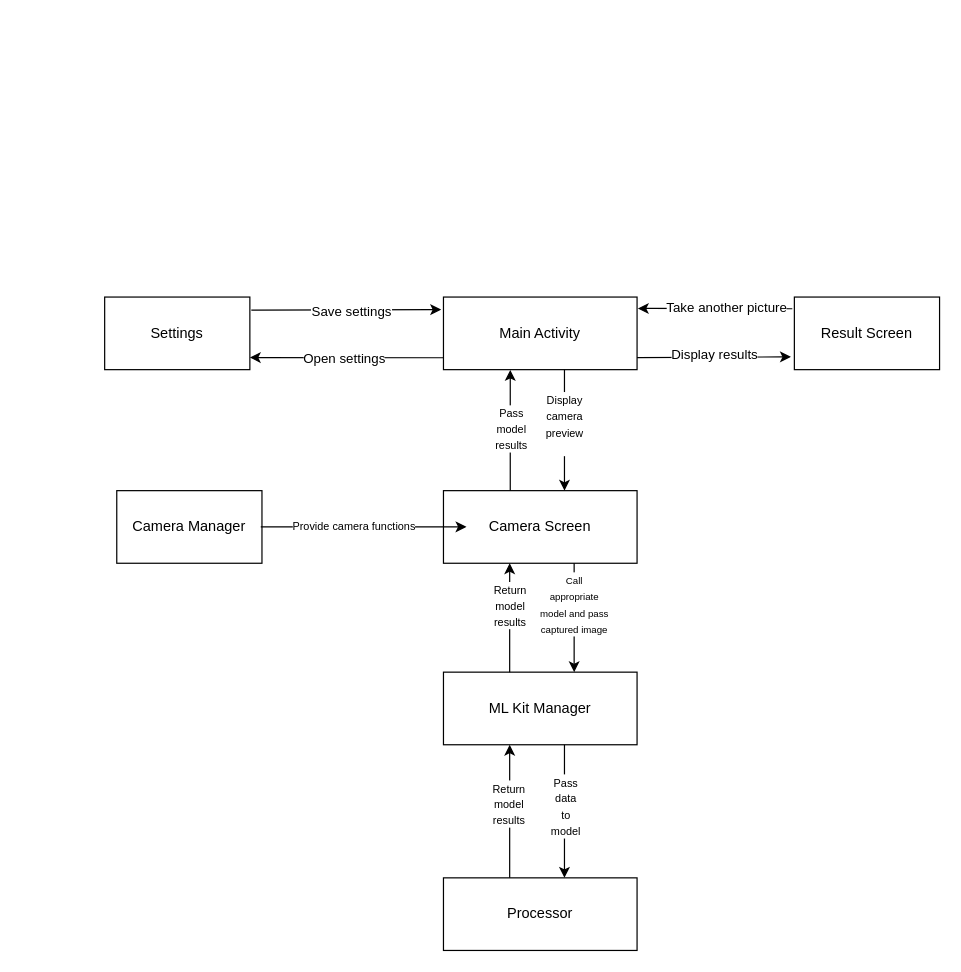
Before: application-draft.drawio in trongquochuydinh/Bakalarka, a draw.io diagram. Source tidied: cells renumbered, new cells numbered last; positions are measured from the earlier drawing's top-left corner, leaving out a move shared by most shapes. Both pictures are drawn from the tidied source at 121%, with x=0, y=0 at pixel (104, 296).
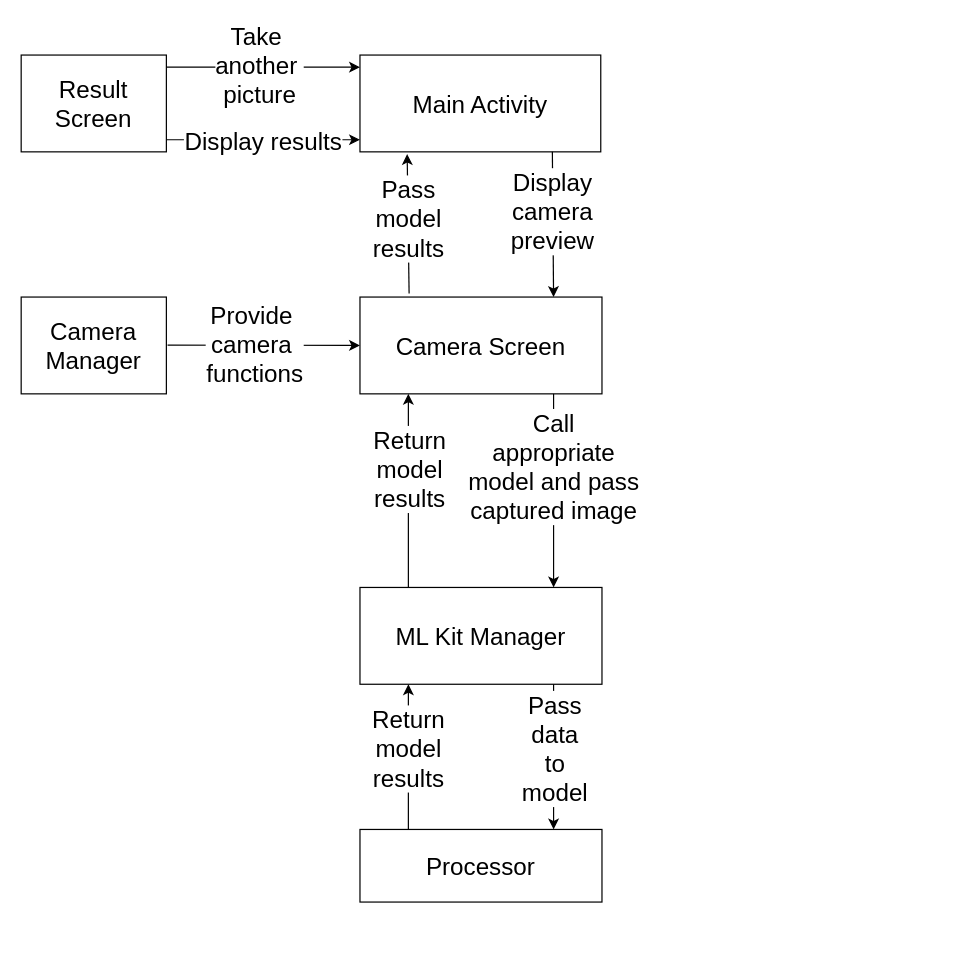
The same diagram, later.

Change to the diagram source:
```diff
@@
-    <mxCell id="2" value="Main Activity" style="rounded=0;whiteSpace=wrap;html=1;" parent="1" vertex="1">
-      <mxGeometry x="280" width="160" height="60" as="geometry" />
+    <mxCell id="2" value="&lt;font style=&quot;font-size: 20px;&quot;&gt;Main Activity&lt;/font&gt;" style="rounded=0;whiteSpace=wrap;html=1;" parent="1" vertex="1">
+      <mxGeometry x="211" y="-200" width="199" height="80" as="geometry" />
     </mxCell>
-    <mxCell id="3" value="Camera Screen" style="rounded=0;whiteSpace=wrap;html=1;" parent="1" vertex="1">
-      <mxGeometry x="280" y="160" width="160" height="60" as="geometry" />
+    <mxCell id="3" value="&lt;font style=&quot;font-size: 20px;&quot;&gt;Camera Screen&lt;/font&gt;" style="rounded=0;whiteSpace=wrap;html=1;" parent="1" vertex="1">
+      <mxGeometry x="211" width="200" height="80" as="geometry" />
     </mxCell>
-    <mxCell id="4" value="Camera Manager" style="rounded=0;whiteSpace=wrap;html=1;" parent="1" vertex="1">
-      <mxGeometry x="10" y="160" width="120" height="60" as="geometry" />
+    <mxCell id="4" value="&lt;font style=&quot;font-size: 20px;&quot;&gt;Camera Manager&lt;/font&gt;" style="rounded=0;whiteSpace=wrap;html=1;" parent="1" vertex="1">
+      <mxGeometry x="-69" width="120" height="80" as="geometry" />
     </mxCell>
-    <mxCell id="5" value="Result Screen" style="rounded=0;whiteSpace=wrap;html=1;" parent="1" vertex="1">
-      <mxGeometry x="570" width="120" height="60" as="geometry" />
+    <mxCell id="5" value="&lt;font style=&quot;font-size: 20px;&quot;&gt;Result Screen&lt;/font&gt;" style="rounded=0;whiteSpace=wrap;html=1;" parent="1" vertex="1">
+      <mxGeometry x="-69" y="-200" width="120" height="80" as="geometry" />
     </mxCell>
-    <mxCell id="6" value="ML Kit Manager" style="rounded=0;whiteSpace=wrap;html=1;" parent="1" vertex="1">
-      <mxGeometry x="280" y="310" width="160" height="60" as="geometry" />
+    <mxCell id="6" value="&lt;font style=&quot;font-size: 20px;&quot;&gt;ML Kit Manager&lt;/font&gt;" style="rounded=0;whiteSpace=wrap;html=1;" parent="1" vertex="1">
+      <mxGeometry x="211" y="240" width="200" height="80" as="geometry" />
     </mxCell>
-    <mxCell id="7" value="Processor" style="rounded=0;whiteSpace=wrap;html=1;" parent="1" vertex="1">
-      <mxGeometry x="280" y="480" width="160" height="60" as="geometry" />
+    <mxCell id="7" value="&lt;font style=&quot;font-size: 20px;&quot;&gt;Processor&lt;/font&gt;" style="rounded=0;whiteSpace=wrap;html=1;" parent="1" vertex="1">
+      <mxGeometry x="211" y="440" width="200" height="60" as="geometry" />
     </mxCell>
-    <mxCell id="8" value="Settings" style="rounded=0;whiteSpace=wrap;html=1;" parent="1" vertex="1">
-      <mxGeometry width="120" height="60" as="geometry" />
-    </mxCell>
-    <mxCell id="9" style="endArrow=classic;html=1;rounded=0;entryX=-0.024;entryY=0.824;entryDx=0;entryDy=0;entryPerimeter=0;" parent="1" edge="1" target="5">
-      <mxGeometry relative="1" as="geometry">
-        <mxPoint x="440" y="50" as="sourcePoint" />
-      </mxGeometry>
+    <mxCell id="9" style="endArrow=classic;html=1;rounded=0;exitX=1;exitY=0.875;exitDx=0;exitDy=0;exitPerimeter=0;entryX=0;entryY=0.875;entryDx=0;entryDy=0;entryPerimeter=0;" parent="1" edge="1" source="5" target="2">
+      <mxGeometry relative="1" as="geometry" />
     </mxCell>
-    <mxCell id="10" value="Display results" style="edgeLabel;html=1;align=center;verticalAlign=middle;" parent="9" vertex="1">
-      <mxGeometry x="0.01" y="2" relative="1" as="geometry" />
+    <mxCell id="10" value="&lt;font style=&quot;font-size: 20px;&quot;&gt;Display results&lt;/font&gt;" style="edgeLabel;html=1;align=center;verticalAlign=middle;" parent="9" vertex="1">
+      <mxGeometry x="0.01" y="2" relative="1" as="geometry">
+        <mxPoint x="-2" y="2" as="offset" />
+      </mxGeometry>
     </mxCell>
-    <mxCell id="11" style="endArrow=classic;html=1;rounded=0;entryX=1.004;entryY=0.157;entryDx=0;entryDy=0;entryPerimeter=0;exitX=-0.014;exitY=0.161;exitDx=0;exitDy=0;exitPerimeter=0;" parent="1" edge="1" source="5" target="2">
+    <mxCell id="11" style="endArrow=classic;html=1;rounded=0;exitX=1;exitY=0.125;exitDx=0;exitDy=0;exitPerimeter=0;entryX=0;entryY=0.125;entryDx=0;entryDy=0;entryPerimeter=0;" parent="1" edge="1" source="5" target="2">
       <mxGeometry relative="1" as="geometry" />
     </mxCell>
-    <mxCell id="12" value="Take another picture" style="edgeLabel;html=1;align=center;verticalAlign=middle;" parent="11" vertex="1">
+    <mxCell id="12" value="&lt;font style=&quot;font-size: 20px;&quot;&gt;Take&amp;nbsp;&lt;/font&gt;&lt;div&gt;&lt;font style=&quot;font-size: 20px;&quot;&gt;another&amp;nbsp;&lt;/font&gt;&lt;/div&gt;&lt;div&gt;&lt;font style=&quot;font-size: 20px;&quot;&gt;picture&lt;/font&gt;&lt;/div&gt;" style="edgeLabel;html=1;align=center;verticalAlign=middle;" parent="11" vertex="1">
       <mxGeometry x="0.22" y="-1" relative="1" as="geometry">
-        <mxPoint x="23" as="offset" />
+        <mxPoint x="-22" y="-4" as="offset" />
       </mxGeometry>
     </mxCell>
-    <mxCell id="13" style="endArrow=classic;html=1;rounded=0;exitX=0.002;exitY=0.836;exitDx=0;exitDy=0;exitPerimeter=0;entryX=1;entryY=0.833;entryDx=0;entryDy=0;entryPerimeter=0;" parent="1" edge="1" source="2" target="8">
-      <mxGeometry relative="1" as="geometry" />
-    </mxCell>
-    <mxCell id="14" value="Open settings" style="edgeLabel;html=1;align=center;verticalAlign=middle;" parent="13" vertex="1">
-      <mxGeometry x="0.03" relative="1" as="geometry" />
-    </mxCell>
-    <mxCell id="15" style="endArrow=classic;html=1;rounded=0;exitX=1.01;exitY=0.18;exitDx=0;exitDy=0;exitPerimeter=0;entryX=-0.012;entryY=0.173;entryDx=0;entryDy=0;entryPerimeter=0;" parent="1" edge="1" source="8" target="2">
-      <mxGeometry relative="1" as="geometry" />
-    </mxCell>
-    <mxCell id="16" value="Save settings" style="edgeLabel;html=1;align=center;verticalAlign=middle;" parent="15" vertex="1">
-      <mxGeometry x="0.05" y="-1" relative="1" as="geometry" />
-    </mxCell>
-    <mxCell id="17" style="endArrow=classic;html=1;rounded=0;" parent="1" edge="1">
-      <mxGeometry relative="1" as="geometry">
-        <mxPoint x="380" y="60" as="sourcePoint" />
-        <mxPoint x="380" y="160" as="targetPoint" />
-      </mxGeometry>
+    <mxCell id="17" style="endArrow=classic;html=1;rounded=0;exitX=0.799;exitY=1;exitDx=0;exitDy=0;exitPerimeter=0;entryX=0.8;entryY=0;entryDx=0;entryDy=0;entryPerimeter=0;" parent="1" edge="1" source="2" target="3">
+      <mxGeometry relative="1" as="geometry" />
     </mxCell>
-    <mxCell id="18" value="&lt;font style=&quot;font-size: 9px;&quot;&gt;Display &lt;br&gt;camera&lt;br&gt;preview&lt;/font&gt;&lt;div&gt;&lt;br&gt;&lt;/div&gt;" style="edgeLabel;html=1;align=center;verticalAlign=middle;" parent="17" vertex="1">
+    <mxCell id="18" value="&lt;font style=&quot;font-size: 20px;&quot;&gt;Display &lt;br&gt;camera&lt;br&gt;preview&lt;/font&gt;" style="edgeLabel;html=1;align=center;verticalAlign=middle;" parent="17" vertex="1">
       <mxGeometry x="-0.53" y="-1" relative="1" as="geometry">
         <mxPoint y="20" as="offset" />
       </mxGeometry>
     </mxCell>
-    <mxCell id="19" style="endArrow=classic;html=1;rounded=0;exitX=0.345;exitY=0;exitDx=0;exitDy=0;exitPerimeter=0;entryX=0.345;entryY=1;entryDx=0;entryDy=0;entryPerimeter=0;" parent="1" edge="1" source="3">
-      <mxGeometry relative="1" as="geometry">
-        <mxPoint x="335.2" y="60.2" as="targetPoint" />
-      </mxGeometry>
+    <mxCell id="19" style="endArrow=classic;html=1;rounded=0;exitX=0.203;exitY=-0.037;exitDx=0;exitDy=0;exitPerimeter=0;entryX=0.196;entryY=1.023;entryDx=0;entryDy=0;entryPerimeter=0;" parent="1" edge="1" source="3" target="2">
+      <mxGeometry relative="1" as="geometry" />
     </mxCell>
-    <mxCell id="20" value="&lt;font style=&quot;font-size: 9px;&quot;&gt;Pass&lt;br&gt;model &lt;br&gt;results&lt;/font&gt;" style="edgeLabel;html=1;align=center;verticalAlign=middle;" parent="19" vertex="1">
+    <mxCell id="20" value="&lt;font style=&quot;font-size: 20px;&quot;&gt;Pass&lt;br&gt;model &lt;br&gt;results&lt;/font&gt;" style="edgeLabel;html=1;align=center;verticalAlign=middle;" parent="19" vertex="1">
       <mxGeometry x="0.44" relative="1" as="geometry">
         <mxPoint y="20" as="offset" />
       </mxGeometry>
     </mxCell>
-    <mxCell id="21" style="endArrow=classic;html=1;rounded=0;entryX=0.008;entryY=0.167;entryDx=0;entryDy=0;entryPerimeter=0;" parent="1" edge="1">
+    <mxCell id="21" style="endArrow=classic;html=1;rounded=0;exitX=1;exitY=0.125;exitDx=0;exitDy=0;exitPerimeter=0;entryX=0;entryY=0.5;entryDx=0;entryDy=0;" parent="1" edge="1" target="3">
       <mxGeometry relative="1" as="geometry">
-        <mxPoint x="129" y="189.9" as="sourcePoint" />
-        <mxPoint x="299" y="189.9" as="targetPoint" />
+        <mxPoint x="52" y="39.7" as="sourcePoint" />
       </mxGeometry>
     </mxCell>
-    <mxCell id="22" value="&lt;font style=&quot;font-size: 9px;&quot;&gt;Provide camera functions&lt;/font&gt;" style="edgeLabel;html=1;align=center;verticalAlign=middle;" parent="21" vertex="1">
+    <mxCell id="22" value="&lt;font style=&quot;font-size: 20px;&quot;&gt;Provide&amp;nbsp;&lt;/font&gt;&lt;div&gt;&lt;font style=&quot;font-size: 20px;&quot;&gt;camera&amp;nbsp;&lt;/font&gt;&lt;/div&gt;&lt;div&gt;&lt;span style=&quot;font-size: 20px; background-color: light-dark(#ffffff, var(--ge-dark-color, #121212)); color: light-dark(rgb(0, 0, 0), rgb(255, 255, 255));&quot;&gt;functions&lt;/span&gt;&lt;/div&gt;" style="edgeLabel;html=1;align=center;verticalAlign=middle;" parent="21" vertex="1">
       <mxGeometry x="-0.11" y="1" relative="1" as="geometry" />
     </mxCell>
-    <mxCell id="23" style="endArrow=classic;html=1;rounded=0;exitX=0.675;exitY=1;exitDx=0;exitDy=0;exitPerimeter=0;entryX=0.675;entryY=0;entryDx=0;entryDy=0;entryPerimeter=0;" parent="1" edge="1" source="3" target="6">
+    <mxCell id="23" style="endArrow=classic;html=1;rounded=0;exitX=0.8;exitY=1;exitDx=0;exitDy=0;exitPerimeter=0;entryX=0.8;entryY=0;entryDx=0;entryDy=0;entryPerimeter=0;" parent="1" edge="1" source="3" target="6">
       <mxGeometry relative="1" as="geometry" />
     </mxCell>
-    <mxCell id="24" value="&lt;font style=&quot;font-size: 8px;&quot;&gt;Call&lt;br&gt;appropriate&lt;br&gt;model and pass &lt;br&gt;captured image&lt;/font&gt;" style="edgeLabel;html=1;align=center;verticalAlign=middle;" parent="23" vertex="1">
+    <mxCell id="24" value="&lt;font style=&quot;font-size: 20px;&quot;&gt;Call&lt;br&gt;appropriate&lt;br&gt;model and pass &lt;br&gt;captured image&lt;/font&gt;" style="edgeLabel;html=1;align=center;verticalAlign=middle;" parent="23" vertex="1">
       <mxGeometry x="-0.26" y="-1" relative="1" as="geometry" />
     </mxCell>
-    <mxCell id="25" style="endArrow=classic;html=1;rounded=0;" parent="1" edge="1">
-      <mxGeometry relative="1" as="geometry">
-        <mxPoint x="380" y="370" as="sourcePoint" />
-        <mxPoint x="380" y="480" as="targetPoint" />
-      </mxGeometry>
+    <mxCell id="25" style="endArrow=classic;html=1;rounded=0;exitX=0.8;exitY=1;exitDx=0;exitDy=0;exitPerimeter=0;entryX=0.8;entryY=0;entryDx=0;entryDy=0;entryPerimeter=0;" parent="1" edge="1" source="6" target="7">
+      <mxGeometry relative="1" as="geometry" />
     </mxCell>
-    <mxCell id="26" value="&lt;font style=&quot;font-size: 9px;&quot;&gt;Pass &lt;br&gt;data &lt;br&gt;to &lt;br&gt;model&lt;/font&gt;" style="edgeLabel;html=1;align=center;verticalAlign=middle;" parent="25" vertex="1">
+    <mxCell id="26" value="&lt;font style=&quot;font-size: 20px;&quot;&gt;Pass &lt;br&gt;data &lt;br&gt;to &lt;br&gt;model&lt;/font&gt;" style="edgeLabel;html=1;align=center;verticalAlign=middle;" parent="25" vertex="1">
       <mxGeometry x="-0.65" relative="1" as="geometry">
         <mxPoint y="31" as="offset" />
       </mxGeometry>
     </mxCell>
-    <mxCell id="27" style="endArrow=classic;html=1;rounded=0;exitX=0.342;exitY=0;exitDx=0;exitDy=0;exitPerimeter=0;entryX=0.342;entryY=1;entryDx=0;entryDy=0;entryPerimeter=0;" parent="1" edge="1" source="7" target="6">
+    <mxCell id="27" style="endArrow=classic;html=1;rounded=0;exitX=0.2;exitY=0;exitDx=0;exitDy=0;exitPerimeter=0;entryX=0.2;entryY=1;entryDx=0;entryDy=0;entryPerimeter=0;" parent="1" edge="1" source="7" target="6">
       <mxGeometry relative="1" as="geometry" />
     </mxCell>
-    <mxCell id="28" value="&lt;font style=&quot;font-size: 9px;&quot;&gt;Return &lt;br&gt;model &lt;br&gt;results&lt;/font&gt;" style="edgeLabel;html=1;align=center;verticalAlign=middle;" parent="27" vertex="1">
+    <mxCell id="28" value="&lt;font style=&quot;font-size: 20px;&quot;&gt;Return &lt;br&gt;model &lt;br&gt;results&lt;/font&gt;" style="edgeLabel;html=1;align=center;verticalAlign=middle;" parent="27" vertex="1">
       <mxGeometry x="0.13" y="1" relative="1" as="geometry" />
     </mxCell>
-    <mxCell id="29" style="endArrow=classic;html=1;rounded=0;exitX=0.342;exitY=0;exitDx=0;exitDy=0;exitPerimeter=0;entryX=0.342;entryY=1;entryDx=0;entryDy=0;entryPerimeter=0;" parent="1" edge="1" source="6" target="3">
+    <mxCell id="29" style="endArrow=classic;html=1;rounded=0;exitX=0.2;exitY=0;exitDx=0;exitDy=0;exitPerimeter=0;entryX=0.2;entryY=1;entryDx=0;entryDy=0;entryPerimeter=0;" parent="1" edge="1" source="6" target="3">
       <mxGeometry relative="1" as="geometry" />
     </mxCell>
-    <mxCell id="30" value="&lt;font style=&quot;font-size: 9px;&quot;&gt;Return &lt;br&gt;model &lt;br&gt;results&lt;/font&gt;" style="edgeLabel;html=1;align=center;verticalAlign=middle;" parent="29" vertex="1">
+    <mxCell id="30" value="&lt;font style=&quot;font-size: 20px;&quot;&gt;Return &lt;br&gt;model &lt;br&gt;results&lt;/font&gt;" style="edgeLabel;html=1;align=center;verticalAlign=middle;" parent="29" vertex="1">
       <mxGeometry x="0.24" relative="1" as="geometry" />
     </mxCell>
```
